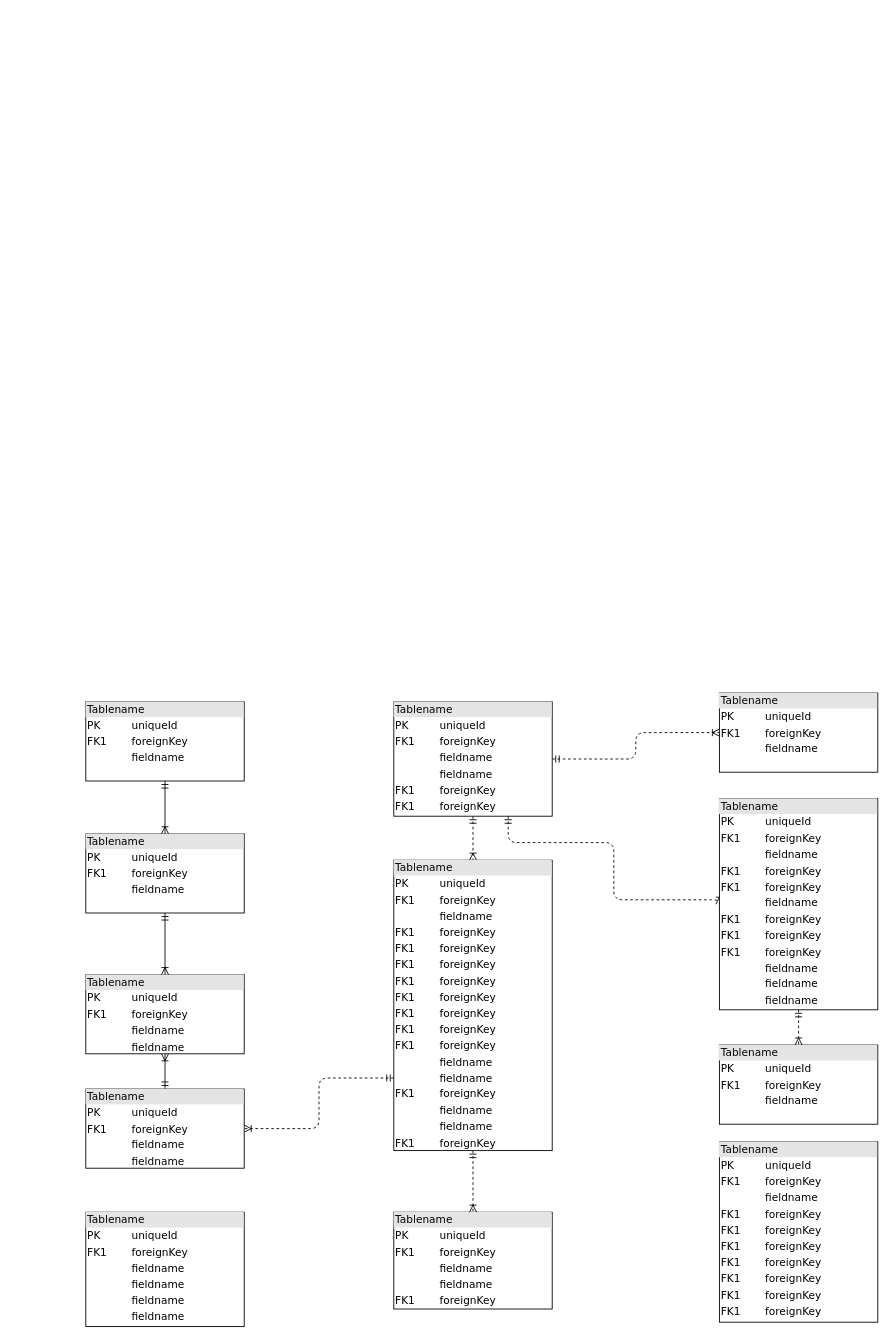
shancoder/test keeps this draw.io diagram as POS-提单挂单-领域模型.drawio. Above is the earlier version. Source tidied: cells renumbered, new cells numbered last; positions are measured from the earlier drawing's top-left corner, leaving out a move shared by most shapes. Both pictures are drawn from the tidied source at 88%, with x=0, y=0 at pixel (85, 693).
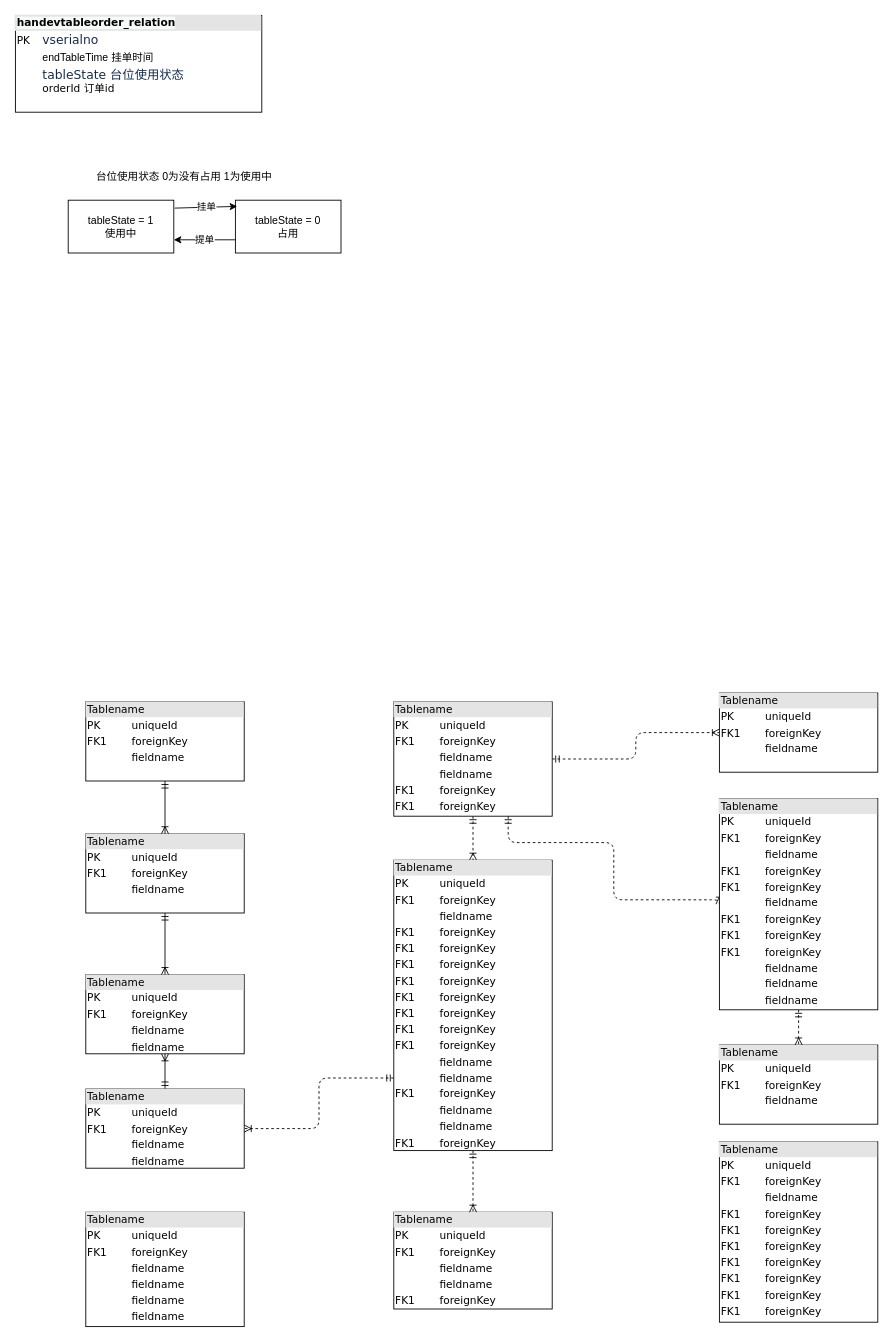
After the change.

Commit message:
Update POS-提单挂单-领域模型.drawio

What changed in the source:
```diff
@@
+    <mxCell id="23" value="&lt;div style=&quot;box-sizing: border-box ; width: 100% ; background: #e4e4e4 ; padding: 2px&quot;&gt;&lt;span style=&quot;font-weight: 700 ; text-align: center ; background-color: rgb(248 , 249 , 250)&quot;&gt;handevtableorder_relation&lt;/span&gt;&lt;br&gt;&lt;/div&gt;&lt;table style=&quot;width: 100% ; font-size: 1em&quot; cellpadding=&quot;2&quot; cellspacing=&quot;0&quot;&gt;&lt;tbody&gt;&lt;tr&gt;&lt;td&gt;PK&lt;/td&gt;&lt;td&gt;&lt;span style=&quot;color: rgb(23 , 43 , 77) ; font-family: , &amp;#34;blinkmacsystemfont&amp;#34; , &amp;#34;segoe ui&amp;#34; , &amp;#34;roboto&amp;#34; , &amp;#34;oxygen&amp;#34; , &amp;#34;ubuntu&amp;#34; , &amp;#34;fira sans&amp;#34; , &amp;#34;droid sans&amp;#34; , &amp;#34;helvetica neue&amp;#34; , sans-serif ; font-size: 14px ; white-space: normal ; background-color: rgb(255 , 255 , 255)&quot;&gt;vserialno&lt;/span&gt;&lt;br&gt;&lt;/td&gt;&lt;/tr&gt;&lt;tr&gt;&lt;td&gt;&lt;br&gt;&lt;/td&gt;&lt;td&gt;&lt;span style=&quot;font-family: &amp;#34;helvetica&amp;#34; ; white-space: normal&quot;&gt;endTableTime 挂单时间&lt;/span&gt;&lt;br&gt;&lt;/td&gt;&lt;/tr&gt;&lt;tr&gt;&lt;td&gt;&lt;/td&gt;&lt;td&gt;&lt;span style=&quot;color: rgb(23 , 43 , 77) ; font-family: , &amp;#34;blinkmacsystemfont&amp;#34; , &amp;#34;segoe ui&amp;#34; , &amp;#34;roboto&amp;#34; , &amp;#34;oxygen&amp;#34; , &amp;#34;ubuntu&amp;#34; , &amp;#34;fira sans&amp;#34; , &amp;#34;droid sans&amp;#34; , &amp;#34;helvetica neue&amp;#34; , sans-serif ; font-size: 14px ; white-space: normal ; background-color: rgb(255 , 255 , 255)&quot;&gt;tableState 台位使用状态&lt;br&gt;&lt;/span&gt;orderId 订单id&lt;/td&gt;&lt;/tr&gt;&lt;/tbody&gt;&lt;/table&gt;" style="verticalAlign=top;align=left;overflow=fill;html=1;rounded=0;shadow=0;comic=0;labelBackgroundColor=none;strokeWidth=1;fontFamily=Verdana;fontSize=12;" parent="1" vertex="1">
+      <mxGeometry x="-80" y="-770" width="280" height="110" as="geometry" />
+    </mxCell>
+    <mxCell id="24" value="tableState = 1&lt;br&gt;使用中" style="rounded=0;whiteSpace=wrap;html=1;" parent="1" vertex="1">
+      <mxGeometry x="-20" y="-560" width="120" height="60" as="geometry" />
+    </mxCell>
+    <mxCell id="25" value="台位使用状态 0为没有占用 1为使用中" style="text;html=1;" parent="1" vertex="1">
+      <mxGeometry x="10" y="-600" width="230" height="30" as="geometry" />
+    </mxCell>
+    <mxCell id="26" value="tableState = 0&lt;br&gt;占用" style="rounded=0;whiteSpace=wrap;html=1;" parent="1" vertex="1">
+      <mxGeometry x="170" y="-560" width="120" height="60" as="geometry" />
+    </mxCell>
+    <mxCell id="27" value="挂单" style="endArrow=classic;html=1;exitX=1.008;exitY=0.15;exitDx=0;exitDy=0;exitPerimeter=0;entryX=0.017;entryY=0.117;entryDx=0;entryDy=0;entryPerimeter=0;" parent="1" edge="1" source="24" target="26">
+      <mxGeometry relative="1" as="geometry" />
+    </mxCell>
+    <mxCell id="28" value="提单" style="endArrow=classic;html=1;exitX=0;exitY=0.75;exitDx=0;exitDy=0;entryX=1;entryY=0.75;entryDx=0;entryDy=0;" parent="1" edge="1" source="26" target="24">
+      <mxGeometry relative="1" as="geometry" />
+    </mxCell>
```
